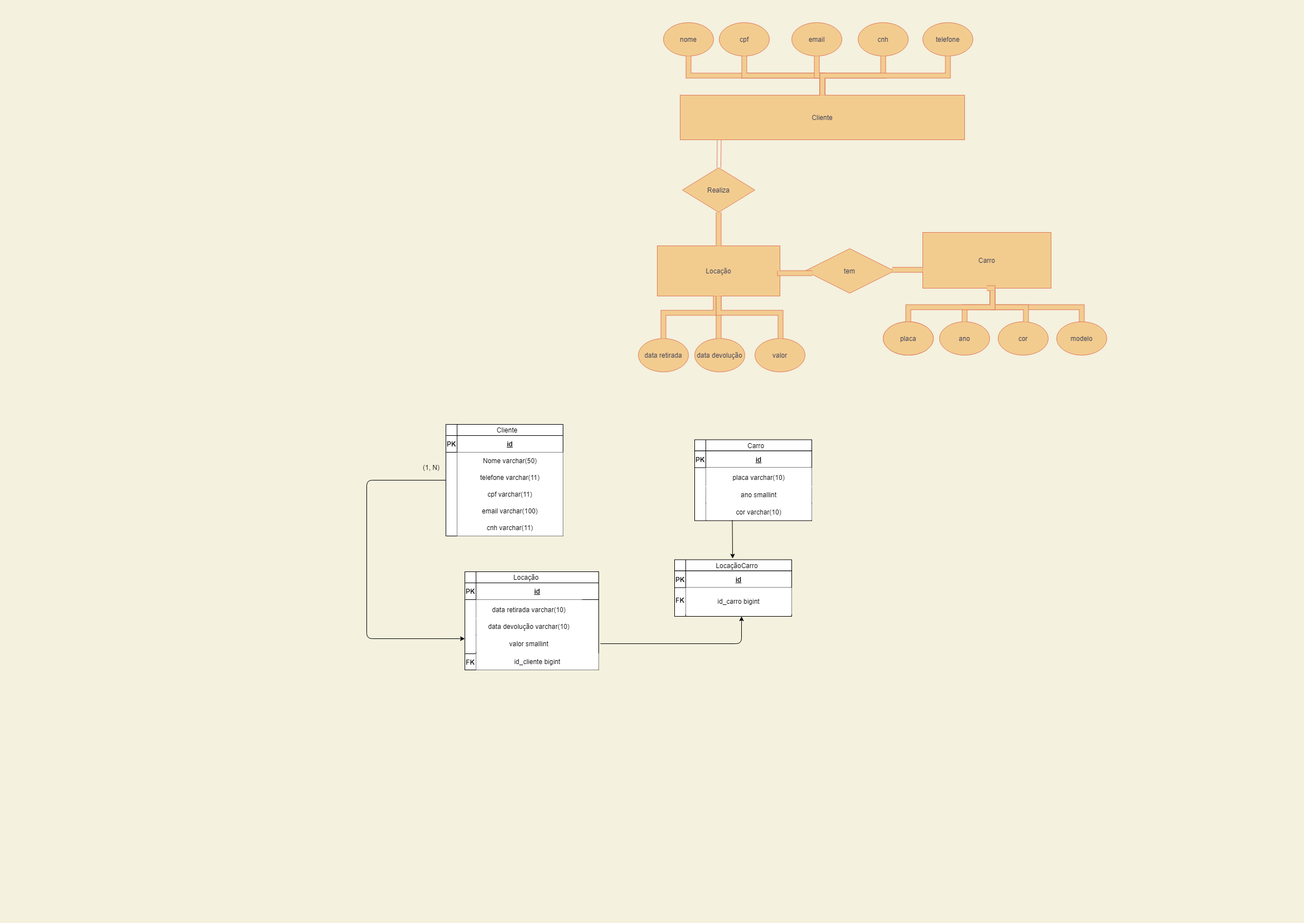
This is locadoraCarro.png from maiagripp/uml, a draw.io export, as it was before one commit. Source tidied: cells renumbered, new cells last; positions are measured from the earlier drawing's top-left corner, leaving out a move shared by most shapes.
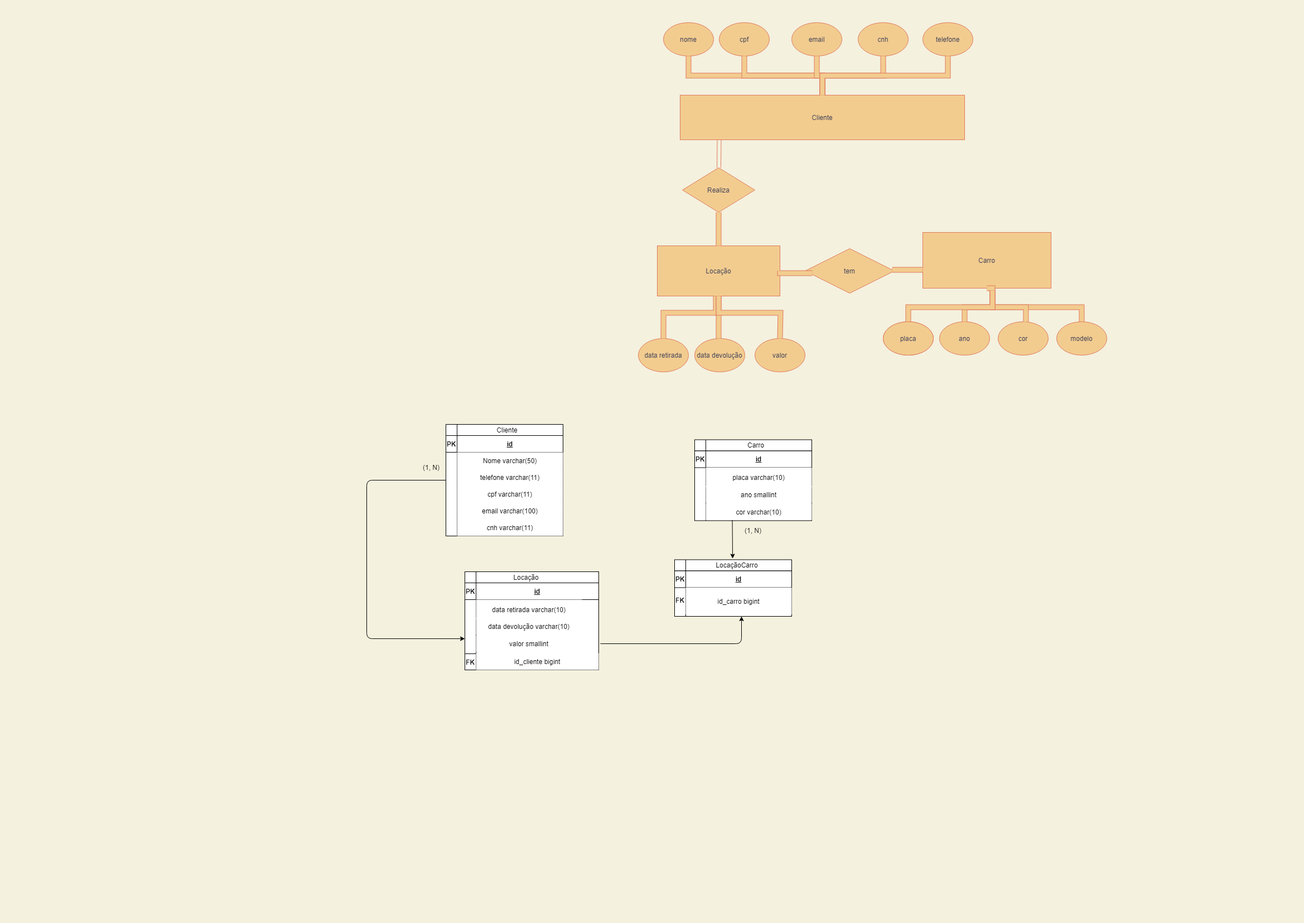
After the commit.

Change to the diagram source:
```diff
@@ -272,5 +272,8 @@
     <mxCell id="70" value="id_cliente bigint" style="rounded=0;whiteSpace=wrap;html=1;strokeColor=none;" parent="1" vertex="1">
       <mxGeometry x="196" y="1130" width="220" height="30" as="geometry" />
     </mxCell>
+    <mxCell id="71" value="(1, N)" style="text;html=1;strokeColor=none;fillColor=none;align=center;verticalAlign=middle;whiteSpace=wrap;rounded=0;" parent="1" vertex="1">
+      <mxGeometry x="673" y="900" width="40" height="20" as="geometry" />
+    </mxCell>
   </root>
 </mxGraphModel>
```
